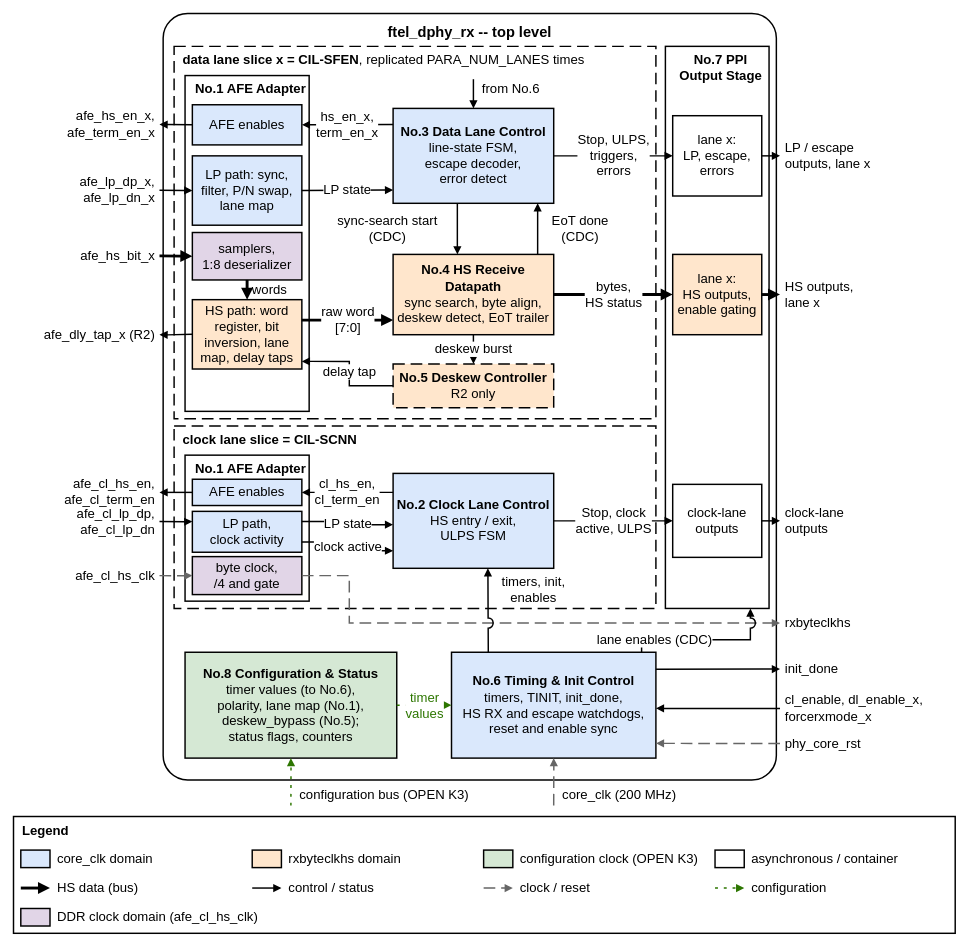
ftel-cdc/fu3_dphy keeps this draw.io diagram as 22fdx/rx/digital/doc/figures/ftel_dphy_rx_top.drawio. Above is the earlier version. Source tidied: cells renumbered, new cells numbered last; positions are measured from the earlier drawing's top-left corner, leaving out a move shared by most shapes. Both pictures are drawn from the tidied source at 73%, with x=0, y=0 at pixel (13, 13).
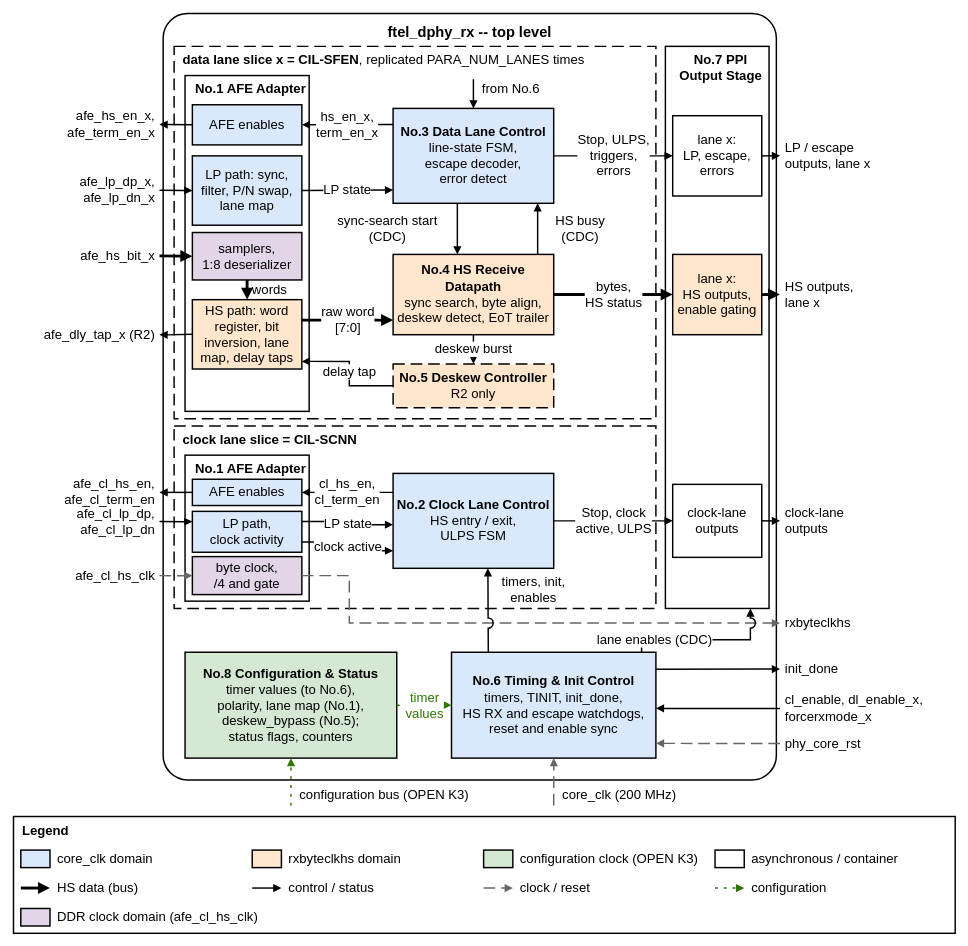
The same diagram, later.

The change refers to these unchanged cells:
```xml
<mxCell id="11" value="&lt;b&gt;No.3 Data Lane Control&lt;/b&gt;&lt;br&gt;line-state FSM,&lt;br&gt;escape decoder,&lt;br&gt;error detect" style="rounded=0;whiteSpace=wrap;html=1;fontSize=18;strokeWidth=2;fillColor=#DAE8FC;align=center;verticalAlign=middle;spacing=4;" parent="1" vertex="1">
  <mxGeometry x="520" y="130" width="220" height="130" as="geometry" />
</mxCell>
<mxCell id="12" value="&lt;b&gt;No.4 HS Receive Datapath&lt;/b&gt;&lt;br&gt;sync search, byte align,&lt;br&gt;deskew detect, EoT trailer" style="rounded=0;whiteSpace=wrap;html=1;fontSize=18;strokeWidth=2;fillColor=#FFE6CC;align=center;verticalAlign=middle;spacing=4;" parent="1" vertex="1">
  <mxGeometry x="520" y="330" width="220" height="110" as="geometry" />
</mxCell>
```

What changed in the source:
```diff
@@
-    <mxCell id="44" value="EoT done&lt;br&gt;(CDC)" style="endArrow=block;endFill=1;html=1;fontSize=18;edgeStyle=orthogonalEdgeStyle;rounded=0;jumpStyle=arc;jumpSize=12;labelBackgroundColor=#FFFFFF;strokeWidth=2;exitX=0.9;exitY=0;exitDx=0;exitDy=0;entryX=0.9;entryY=1;entryDx=0;entryDy=0;" parent="1" edge="1" source="12" target="11">
+    <mxCell id="44" value="HS busy&lt;br&gt;(CDC)" style="endArrow=block;endFill=1;html=1;fontSize=18;edgeStyle=orthogonalEdgeStyle;rounded=0;jumpStyle=arc;jumpSize=12;labelBackgroundColor=#FFFFFF;strokeWidth=2;exitX=0.9;exitY=0;exitDx=0;exitDy=0;entryX=0.9;entryY=1;entryDx=0;entryDy=0;" parent="1" edge="1" source="12" target="11">
       <mxGeometry relative="1" as="geometry">
         <mxPoint x="58" as="offset" />
       </mxGeometry>
     </mxCell>
```
